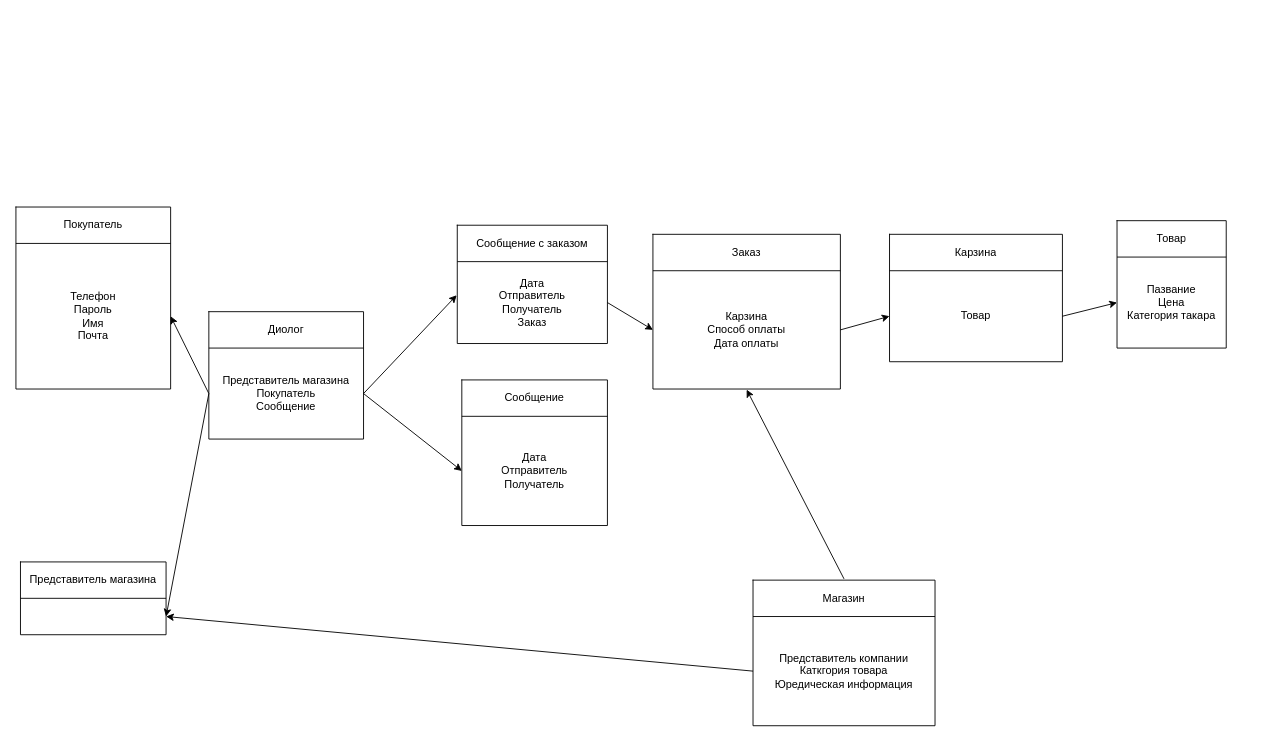
This is Untitled Diagram.drawio from HegelPro/db-diagram, a draw.io file, before an edit. Source tidied: cells renumbered, new cells numbered last; positions are measured from the earlier drawing's top-left corner, leaving out a move shared by most shapes. Both pictures are drawn from the tidied source at 91%, with x=0, y=0 at pixel (15, 207).
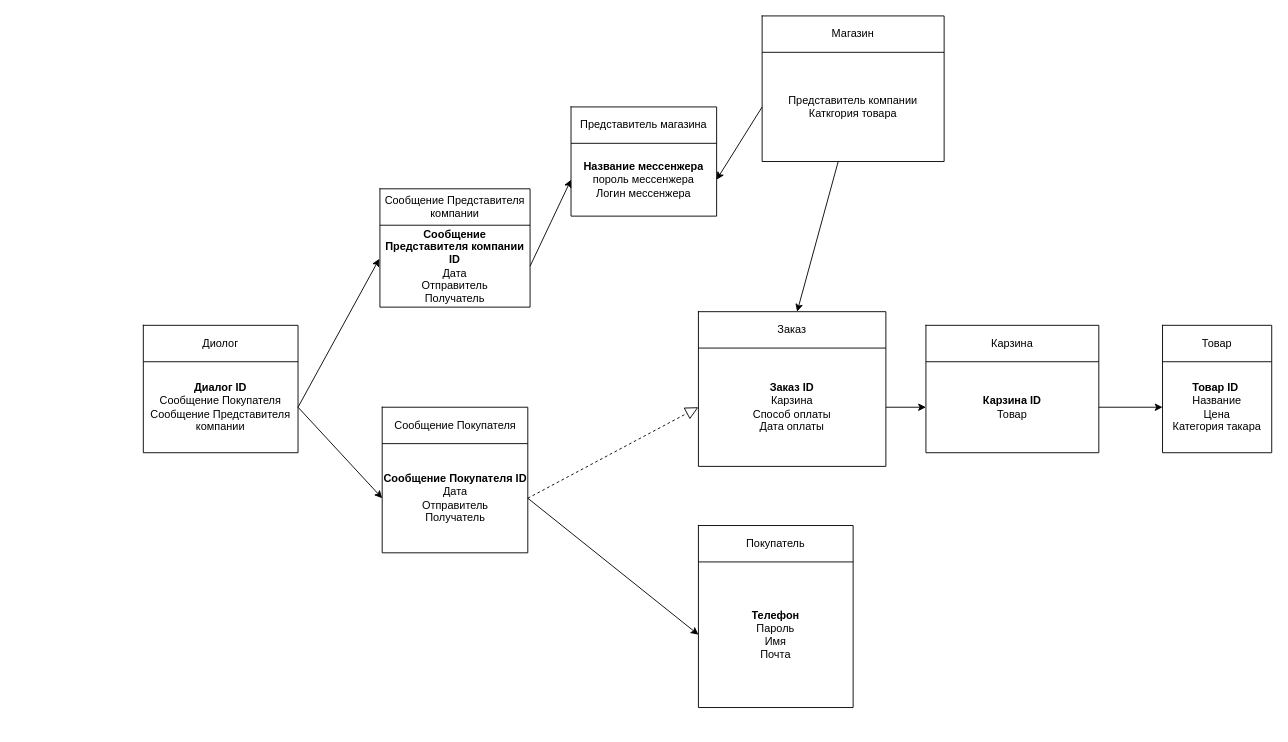
After the change.

Unchanged cells that the change refers to:
```xml
<mxCell id="6" style="shape=partialRectangle;html=1;whiteSpace=wrap;fillColor=none;top=0;left=0;bottom=0;right=0;points=[[0,0.5],[1,0.5]];portConstraint=eastwest;" parent="3" vertex="1">
  <mxGeometry y="40" width="170" height="160" as="geometry" />
</mxCell>
<mxCell id="9" style="shape=partialRectangle;html=1;whiteSpace=wrap;fillColor=none;top=0;left=0;bottom=0;right=0;" parent="8" vertex="1">
  <mxGeometry width="160" height="40" as="geometry" />
</mxCell>
<mxCell id="11" style="shape=partialRectangle;html=1;whiteSpace=wrap;fillColor=none;top=0;left=0;bottom=0;right=0;points=[[0,0.5],[1,0.5]];portConstraint=eastwest;" parent="8" vertex="1">
  <mxGeometry y="40" width="160" height="120" as="geometry" />
</mxCell>
<mxCell id="16" style="shape=partialRectangle;html=1;whiteSpace=wrap;fillColor=none;top=0;left=0;bottom=0;right=0;points=[[0,0.5],[1,0.5]];portConstraint=eastwest;" parent="13" vertex="1">
  <mxGeometry y="40" width="170" height="100" as="geometry" />
</mxCell>
<mxCell id="21" style="shape=partialRectangle;html=1;whiteSpace=wrap;fillColor=none;top=0;left=0;bottom=0;right=0;points=[[0,0.5],[1,0.5]];portConstraint=eastwest;" parent="18" vertex="1">
  <mxGeometry y="40" width="120" height="100" as="geometry" />
</mxCell>
<mxCell id="26" style="shape=partialRectangle;html=1;whiteSpace=wrap;fillColor=none;top=0;left=0;bottom=0;right=0;points=[[0,0.5],[1,0.5]];portConstraint=eastwest;" parent="23" vertex="1">
  <mxGeometry y="40" width="190" height="100" as="geometry" />
</mxCell>
<mxCell id="29" style="shape=partialRectangle;html=1;whiteSpace=wrap;fillColor=none;top=0;left=0;bottom=0;right=0;points=[[0,0.5],[1,0.5]];portConstraint=eastwest;" parent="28" vertex="1">
  <mxGeometry width="206" height="40" as="geometry" />
</mxCell>
<mxCell id="31" style="shape=partialRectangle;html=1;whiteSpace=wrap;fillColor=none;top=0;left=0;bottom=0;right=0;points=[[0,0.5],[1,0.5]];portConstraint=eastwest;" parent="28" vertex="1">
  <mxGeometry y="40" width="206" height="130" as="geometry" />
</mxCell>
<mxCell id="34" style="shape=partialRectangle;html=1;whiteSpace=wrap;fillColor=none;top=0;left=0;bottom=0;right=0;points=[[0,0.5],[1,0.5]];portConstraint=eastwest;" parent="33" vertex="1">
  <mxGeometry width="200" height="40" as="geometry" />
</mxCell>
<mxCell id="36" style="shape=partialRectangle;html=1;whiteSpace=wrap;fillColor=none;top=0;left=0;bottom=0;right=0;points=[[0,0.5],[1,0.5]];portConstraint=eastwest;" parent="33" vertex="1">
  <mxGeometry y="40" width="200" height="120" as="geometry" />
</mxCell>
<mxCell id="44" style="shape=partialRectangle;html=1;whiteSpace=wrap;fillColor=none;top=0;left=0;bottom=0;right=0;points=[[0,0.5],[1,0.5]];portConstraint=eastwest;" parent="43" vertex="1">
  <mxGeometry width="165" height="40" as="geometry" />
</mxCell>
<mxCell id="47" style="shape=partialRectangle;html=1;whiteSpace=wrap;fillColor=none;top=0;left=0;bottom=0;right=0;points=[[0,0.5],[1,0.5]];portConstraint=eastwest;" parent="43" vertex="1">
  <mxGeometry y="40" width="165" height="90" as="geometry" />
</mxCell>
```

Change to the diagram source:
```diff
@@
     <mxCell id="3" style="shape=table;html=1;whiteSpace=wrap;startSize=0;childLayout=tableLayout;swimlaneFillColor=none;" parent="1" vertex="1">
-      <mxGeometry width="170" height="200" as="geometry" />
+      <mxGeometry x="750" y="350" width="170" height="200" as="geometry" />
     </mxCell>
@@
-    <mxCell id="7" value="&lt;span&gt;Телефон&lt;br&gt;Пароль&lt;br&gt;Имя&lt;br&gt;Почта&lt;/span&gt;" style="shape=partialRectangle;html=1;whiteSpace=wrap;overflow=hidden;fillColor=none;top=0;left=0;bottom=0;right=0;" parent="6" vertex="1">
+    <mxCell id="7" value="&lt;span&gt;&lt;b&gt;Телефон&lt;/b&gt;&lt;br&gt;Пароль&lt;br&gt;Имя&lt;br&gt;Почта&lt;/span&gt;" style="shape=partialRectangle;html=1;whiteSpace=wrap;overflow=hidden;fillColor=none;top=0;left=0;bottom=0;right=0;" parent="6" vertex="1">
       <mxGeometry width="170" height="160" as="geometry" />
     </mxCell>
     <mxCell id="8" style="shape=table;html=1;whiteSpace=wrap;startSize=0;childLayout=tableLayout;" parent="1" vertex="1">
-      <mxGeometry x="490" y="190" width="160" height="160" as="geometry" />
+      <mxGeometry x="402.5" y="220" width="160" height="160" as="geometry" />
     </mxCell>
@@
-    <mxCell id="10" value="Сообщение" style="shape=partialRectangle;html=1;whiteSpace=wrap;overflow=hidden;fillColor=none;top=0;left=0;bottom=0;right=0;" parent="9" vertex="1">
+    <mxCell id="10" value="Сообщение Покупателя" style="shape=partialRectangle;html=1;whiteSpace=wrap;overflow=hidden;fillColor=none;top=0;left=0;bottom=0;right=0;" parent="9" vertex="1">
       <mxGeometry width="160" height="40" as="geometry" />
     </mxCell>
@@
-    <mxCell id="12" value="Дата&lt;br&gt;Отправитель&lt;br&gt;Получатель" style="shape=partialRectangle;html=1;whiteSpace=wrap;overflow=hidden;fillColor=none;top=0;left=0;bottom=0;right=0;" parent="11" vertex="1">
+    <mxCell id="12" value="&lt;b&gt;Сообщение Покупателя ID&lt;/b&gt;&lt;br&gt;Дата&lt;br&gt;Отправитель&lt;br&gt;Получатель" style="shape=partialRectangle;html=1;whiteSpace=wrap;overflow=hidden;fillColor=none;top=0;left=0;bottom=0;right=0;" parent="11" vertex="1">
       <mxGeometry width="160" height="120" as="geometry" />
     </mxCell>
     <mxCell id="13" style="shape=table;html=1;whiteSpace=wrap;startSize=0;childLayout=tableLayout;" parent="1" vertex="1">
-      <mxGeometry x="212" y="115" width="170" height="140" as="geometry" />
+      <mxGeometry x="140" y="130" width="170" height="140" as="geometry" />
     </mxCell>
@@
-    <mxCell id="17" value="Представитель магазина&lt;br&gt;Покупатель&lt;br&gt;Сообщение" style="shape=partialRectangle;html=1;whiteSpace=wrap;overflow=hidden;fillColor=none;top=0;left=0;bottom=0;right=0;" parent="16" vertex="1">
+    <mxCell id="17" value="&lt;b&gt;Диалог ID&lt;/b&gt;&lt;br&gt;Сообщение Покупателя&lt;br&gt;Сообщение Представителя компании" style="shape=partialRectangle;html=1;whiteSpace=wrap;overflow=hidden;fillColor=none;top=0;left=0;bottom=0;right=0;" parent="16" vertex="1">
       <mxGeometry width="170" height="100" as="geometry" />
     </mxCell>
     <mxCell id="18" style="shape=table;html=1;whiteSpace=wrap;startSize=0;childLayout=tableLayout;" parent="1" vertex="1">
-      <mxGeometry x="1210" y="15" width="120" height="140" as="geometry" />
+      <mxGeometry x="1260" y="130" width="120" height="140" as="geometry" />
     </mxCell>
@@
-    <mxCell id="22" value="Пазвание&lt;br&gt;Цена&lt;br&gt;Категория такара" style="shape=partialRectangle;html=1;whiteSpace=wrap;overflow=hidden;fillColor=none;top=0;left=0;bottom=0;right=0;" parent="21" vertex="1">
+    <mxCell id="22" value="&lt;b&gt;Товар ID&lt;/b&gt;&amp;nbsp;&lt;br&gt;Название&lt;br&gt;Цена&lt;br&gt;Категория такара" style="shape=partialRectangle;html=1;whiteSpace=wrap;overflow=hidden;fillColor=none;top=0;left=0;bottom=0;right=0;" parent="21" vertex="1">
       <mxGeometry width="120" height="100" as="geometry" />
     </mxCell>
     <mxCell id="23" style="shape=table;html=1;whiteSpace=wrap;startSize=0;childLayout=tableLayout;" parent="1" vertex="1">
-      <mxGeometry x="960" y="30" width="190" height="140" as="geometry" />
+      <mxGeometry x="1000" y="130" width="190" height="140" as="geometry" />
     </mxCell>
@@
-    <mxCell id="27" value="Товар" style="shape=partialRectangle;html=1;whiteSpace=wrap;overflow=hidden;fillColor=none;top=0;left=0;bottom=0;right=0;" parent="26" vertex="1">
+    <mxCell id="27" value="&lt;b&gt;Карзина ID&lt;/b&gt;&lt;br&gt;Товар" style="shape=partialRectangle;html=1;whiteSpace=wrap;overflow=hidden;fillColor=none;top=0;left=0;bottom=0;right=0;" parent="26" vertex="1">
       <mxGeometry width="190" height="100" as="geometry" />
     </mxCell>
     <mxCell id="28" style="shape=table;html=1;whiteSpace=wrap;startSize=0;childLayout=tableLayout;" parent="1" vertex="1">
-      <mxGeometry x="700" y="30" width="206" height="170" as="geometry" />
+      <mxGeometry x="750" y="115" width="206" height="170" as="geometry" />
     </mxCell>
@@
-    <mxCell id="32" value="Карзина&lt;br&gt;Способ оплаты&lt;br&gt;Дата оплаты" style="shape=partialRectangle;html=1;whiteSpace=wrap;overflow=hidden;fillColor=none;top=0;left=0;bottom=0;right=0;" parent="31" vertex="1">
+    <mxCell id="32" value="&lt;b&gt;Заказ ID&lt;/b&gt;&lt;br&gt;Карзина&lt;br&gt;Способ оплаты&lt;br&gt;Дата оплаты" style="shape=partialRectangle;html=1;whiteSpace=wrap;overflow=hidden;fillColor=none;top=0;left=0;bottom=0;right=0;" parent="31" vertex="1">
       <mxGeometry width="206" height="130" as="geometry" />
     </mxCell>
     <mxCell id="33" style="shape=table;html=1;whiteSpace=wrap;startSize=0;childLayout=tableLayout;" parent="1" vertex="1">
-      <mxGeometry x="810" y="410" width="200" height="160" as="geometry" />
+      <mxGeometry x="820" y="-210" width="200" height="160" as="geometry" />
     </mxCell>
@@
-    <mxCell id="37" value="Представитель компании&lt;br&gt;Каткгория товара&lt;br&gt;Юредическая информация" style="shape=partialRectangle;html=1;whiteSpace=wrap;overflow=hidden;fillColor=none;top=0;left=0;bottom=0;right=0;" parent="36" vertex="1">
+    <mxCell id="37" value="Представитель компании&lt;br&gt;Каткгория товара" style="shape=partialRectangle;html=1;whiteSpace=wrap;overflow=hidden;fillColor=none;top=0;left=0;bottom=0;right=0;" parent="36" vertex="1">
       <mxGeometry width="200" height="120" as="geometry" />
     </mxCell>
     <mxCell id="38" style="shape=table;html=1;whiteSpace=wrap;startSize=0;childLayout=tableLayout;" parent="1" vertex="1">
-      <mxGeometry x="5" y="390" width="160" height="80" as="geometry" />
+      <mxGeometry x="610" y="-110" width="160" height="120" as="geometry" />
     </mxCell>
@@
     <mxCell id="41" style="shape=partialRectangle;html=1;whiteSpace=wrap;fillColor=none;top=0;left=0;bottom=0;right=0;points=[[0,0.5],[1,0.5]];portConstraint=eastwest;" parent="38" vertex="1">
-      <mxGeometry y="40" width="160" height="40" as="geometry" />
+      <mxGeometry y="40" width="160" height="80" as="geometry" />
     </mxCell>
-    <mxCell id="42" style="shape=partialRectangle;html=1;whiteSpace=wrap;overflow=hidden;fillColor=none;top=0;left=0;bottom=0;right=0;" parent="41" vertex="1">
-      <mxGeometry width="160" height="40" as="geometry" />
+    <mxCell id="42" value="&lt;b&gt;Название мессенжера&lt;/b&gt;&lt;br&gt;пороль мессенжера&lt;br&gt;Логин мессенжера" style="shape=partialRectangle;html=1;whiteSpace=wrap;overflow=hidden;fillColor=none;top=0;left=0;bottom=0;right=0;" parent="41" vertex="1">
+      <mxGeometry width="160" height="80" as="geometry" />
     </mxCell>
     <mxCell id="43" style="shape=table;html=1;whiteSpace=wrap;startSize=0;childLayout=tableLayout;shadow=0;" parent="1" vertex="1">
-      <mxGeometry x="485" y="20" width="165" height="130" as="geometry" />
+      <mxGeometry x="400" y="-20" width="165" height="130" as="geometry" />
     </mxCell>
@@
-    <mxCell id="45" value="Сообщение с заказом" style="shape=partialRectangle;html=1;whiteSpace=wrap;overflow=hidden;fillColor=none;top=0;left=0;bottom=0;right=0;" parent="44" vertex="1">
+    <mxCell id="45" value="Сообщение Представителя компании" style="shape=partialRectangle;html=1;whiteSpace=wrap;overflow=hidden;fillColor=none;top=0;left=0;bottom=0;right=0;" parent="44" vertex="1">
       <mxGeometry width="165" height="40" as="geometry" />
     </mxCell>
@@
-    <mxCell id="48" value="Дата&lt;br&gt;Отправитель&lt;br&gt;Получатель&lt;br&gt;Заказ" style="shape=partialRectangle;html=1;whiteSpace=wrap;overflow=hidden;fillColor=none;top=0;left=0;bottom=0;right=0;" parent="47" vertex="1">
+    <mxCell id="48" value="&lt;b&gt;Сообщение Представителя компании ID&lt;/b&gt;&lt;br&gt;Дата&lt;br&gt;Отправитель&lt;br&gt;Получатель" style="shape=partialRectangle;html=1;whiteSpace=wrap;overflow=hidden;fillColor=none;top=0;left=0;bottom=0;right=0;" parent="47" vertex="1">
       <mxGeometry width="165" height="90" as="geometry" />
     </mxCell>
@@
-    <mxCell id="51" style="edgeStyle=none;rounded=0;jettySize=auto;html=1;entryX=0;entryY=0.5;entryDx=0;entryDy=0;exitX=1;exitY=0.5;exitDx=0;exitDy=0;" parent="1" edge="1" source="47" target="31">
-      <mxGeometry relative="1" as="geometry" />
-    </mxCell>
@@
-    <mxCell id="54" style="edgeStyle=none;rounded=0;jettySize=auto;html=1;exitX=0;exitY=0.5;exitDx=0;exitDy=0;entryX=1;entryY=0.5;entryDx=0;entryDy=0;" parent="1" edge="1" source="16" target="6">
+    <mxCell id="54" style="edgeStyle=none;rounded=0;jettySize=auto;html=1;exitX=1;exitY=0.5;exitDx=0;exitDy=0;entryX=0;entryY=0.5;entryDx=0;entryDy=0;" parent="1" edge="1" source="11" target="6">
       <mxGeometry relative="1" as="geometry" />
     </mxCell>
-    <mxCell id="55" style="edgeStyle=none;rounded=0;jettySize=auto;html=1;exitX=0;exitY=0.5;exitDx=0;exitDy=0;entryX=1;entryY=0.5;entryDx=0;entryDy=0;" parent="1" edge="1" source="16" target="41">
+    <mxCell id="55" style="edgeStyle=none;rounded=0;jettySize=auto;html=1;entryX=0;entryY=0.5;entryDx=0;entryDy=0;exitX=1;exitY=0.5;exitDx=0;exitDy=0;" parent="1" edge="1" source="47" target="41">
       <mxGeometry relative="1" as="geometry" />
     </mxCell>
-    <mxCell id="56" style="edgeStyle=none;rounded=0;jettySize=auto;html=1;exitX=0.5;exitY=-0.034;exitDx=0;exitDy=0;exitPerimeter=0;entryX=0.5;entryY=1.005;entryDx=0;entryDy=0;entryPerimeter=0;" parent="1" edge="1" source="34" target="31">
+    <mxCell id="56" style="edgeStyle=none;rounded=0;jettySize=auto;html=1;" parent="1" edge="1" source="36" target="29">
       <mxGeometry relative="1" as="geometry" />
     </mxCell>
@@
+    <mxCell id="58" style="endArrow=block;dashed=1;endFill=0;endSize=12;html=1;entryX=0;entryY=0.5;entryDx=0;entryDy=0;exitX=1;exitY=0.5;exitDx=0;exitDy=0;" parent="1" edge="1" source="11" target="31">
+      <mxGeometry relative="1" as="geometry" />
+    </mxCell>
```
